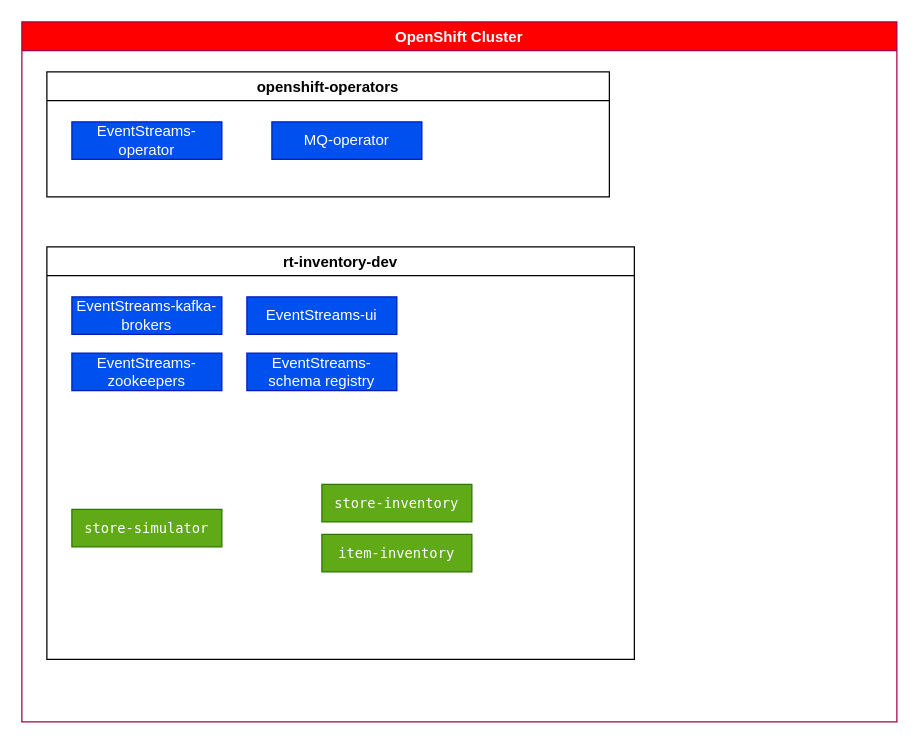
Earlier version of the draw.io diagram docs/diagrams/hl-view.drawio (ibm-cloud-architecture/eda-rt-inventory-gitops). Source tidied: cells renumbered, new cells numbered last; positions are measured from the earlier drawing's top-left corner, leaving out a move shared by most shapes. Both pictures are drawn from the tidied source at 125%, with x=0, y=0 at pixel (21, 21).
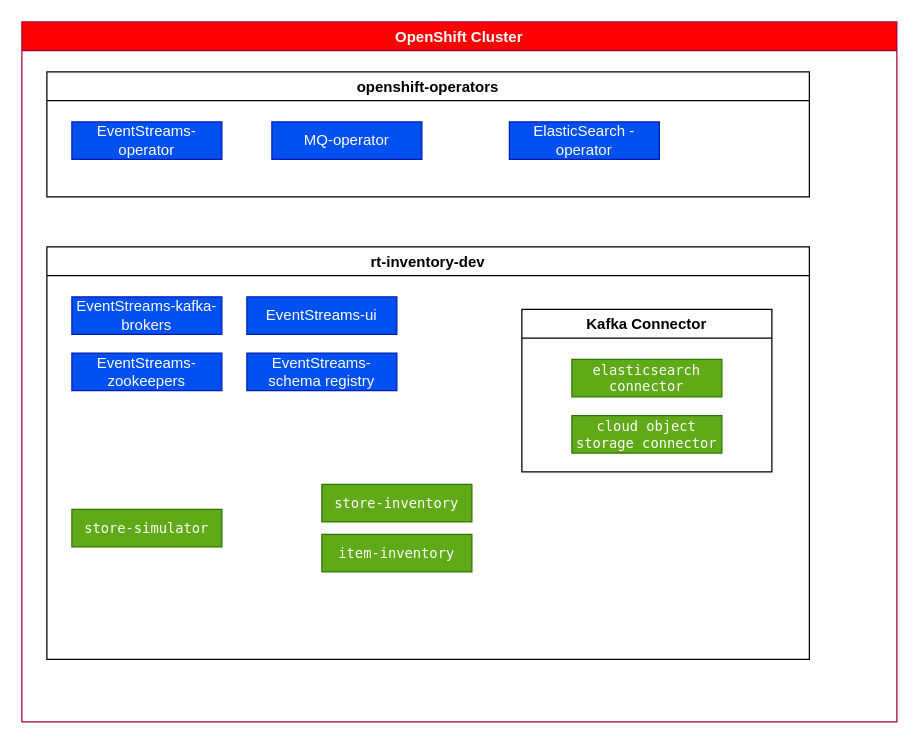
After the change.

Change to the diagram source:
```diff
@@
 <mxGraphModel>
   <root>
     <mxCell id="0" />
     <mxCell id="1" parent="0" />
     <mxCell id="2" value="OpenShift Cluster" style="swimlane;fillColor=#FF0000;fontColor=#ffffff;strokeColor=#A50040;" parent="1" vertex="1">
       <mxGeometry width="700" height="560" as="geometry" />
     </mxCell>
     <mxCell id="3" value="openshift-operators" style="swimlane;" parent="2" vertex="1">
-      <mxGeometry x="20" y="40" width="450" height="100" as="geometry" />
+      <mxGeometry x="20" y="40" width="610" height="100" as="geometry" />
     </mxCell>
     <mxCell id="4" value="EventStreams-operator" style="rounded=0;whiteSpace=wrap;html=1;fillColor=#0050ef;fontColor=#ffffff;strokeColor=#001DBC;" parent="3" vertex="1">
       <mxGeometry x="20" y="40" width="120" height="30" as="geometry" />
     </mxCell>
     <mxCell id="5" value="MQ-operator" style="rounded=0;whiteSpace=wrap;html=1;fillColor=#0050ef;fontColor=#ffffff;strokeColor=#001DBC;" parent="3" vertex="1">
       <mxGeometry x="180" y="40" width="120" height="30" as="geometry" />
     </mxCell>
+    <mxCell id="14" value="ElasticSearch -operator" style="rounded=0;whiteSpace=wrap;html=1;fillColor=#0050ef;fontColor=#ffffff;strokeColor=#001DBC;" parent="3" vertex="1">
+      <mxGeometry x="370" y="40" width="120" height="30" as="geometry" />
+    </mxCell>
     <mxCell id="6" value="rt-inventory-dev" style="swimlane;" parent="2" vertex="1">
-      <mxGeometry x="20" y="180" width="470" height="330" as="geometry" />
+      <mxGeometry x="20" y="180" width="610" height="330" as="geometry" />
     </mxCell>
     <mxCell id="7" value="EventStreams-kafka-brokers" style="rounded=0;whiteSpace=wrap;html=1;fillColor=#0050ef;fontColor=#ffffff;strokeColor=#001DBC;" parent="6" vertex="1">
       <mxGeometry x="20" y="40" width="120" height="30" as="geometry" />
     </mxCell>
     <mxCell id="8" value="EventStreams-zookeepers" style="rounded=0;whiteSpace=wrap;html=1;fillColor=#0050ef;fontColor=#ffffff;strokeColor=#001DBC;" parent="6" vertex="1">
       <mxGeometry x="20" y="85" width="120" height="30" as="geometry" />
     </mxCell>
     <mxCell id="9" value="&lt;p class=&quot;p1&quot; style=&quot;margin: 0px; font-stretch: normal; font-size: 11px; line-height: normal; font-family: menlo;&quot;&gt;&lt;span class=&quot;s1&quot;&gt;item-inventory&lt;/span&gt;&lt;/p&gt;" style="rounded=0;whiteSpace=wrap;html=1;fillColor=#60a917;fontColor=#FFFFFF;strokeColor=#2D7600;" parent="6" vertex="1">
       <mxGeometry x="220" y="230" width="120" height="30" as="geometry" />
     </mxCell>
     <mxCell id="10" value="&lt;p class=&quot;p1&quot; style=&quot;margin: 0px ; font-stretch: normal ; font-size: 11px ; line-height: normal ; font-family: &amp;#34;menlo&amp;#34;&quot;&gt;&lt;span class=&quot;s1&quot;&gt;store-inventory&lt;/span&gt;&lt;/p&gt;" style="rounded=0;whiteSpace=wrap;html=1;fillColor=#60a917;fontColor=#FFFFFF;strokeColor=#2D7600;" parent="6" vertex="1">
       <mxGeometry x="220" y="190" width="120" height="30" as="geometry" />
     </mxCell>
     <mxCell id="11" value="&lt;p class=&quot;p1&quot; style=&quot;margin: 0px ; font-stretch: normal ; font-size: 11px ; line-height: normal ; font-family: &amp;#34;menlo&amp;#34;&quot;&gt;&lt;span class=&quot;s1&quot;&gt;store-simulator&lt;/span&gt;&lt;/p&gt;" style="rounded=0;whiteSpace=wrap;html=1;fillColor=#60a917;fontColor=#FFFFFF;strokeColor=#2D7600;" parent="6" vertex="1">
       <mxGeometry x="20" y="210" width="120" height="30" as="geometry" />
     </mxCell>
     <mxCell id="12" value="EventStreams-ui" style="rounded=0;whiteSpace=wrap;html=1;fillColor=#0050ef;fontColor=#ffffff;strokeColor=#001DBC;" parent="6" vertex="1">
       <mxGeometry x="160" y="40" width="120" height="30" as="geometry" />
     </mxCell>
     <mxCell id="13" value="EventStreams-schema registry" style="rounded=0;whiteSpace=wrap;html=1;fillColor=#0050ef;fontColor=#ffffff;strokeColor=#001DBC;" parent="6" vertex="1">
       <mxGeometry x="160" y="85" width="120" height="30" as="geometry" />
     </mxCell>
+    <mxCell id="15" value="Kafka Connector" style="swimlane;" parent="6" vertex="1">
+      <mxGeometry x="380" y="50" width="200" height="130" as="geometry" />
+    </mxCell>
+    <mxCell id="16" value="&lt;p class=&quot;p1&quot; style=&quot;margin: 0px ; font-stretch: normal ; font-size: 11px ; line-height: normal ; font-family: &amp;#34;menlo&amp;#34;&quot;&gt;&lt;span class=&quot;s1&quot;&gt;elasticsearch connector&lt;/span&gt;&lt;/p&gt;" style="rounded=0;whiteSpace=wrap;html=1;fillColor=#60a917;fontColor=#FFFFFF;strokeColor=#2D7600;" parent="15" vertex="1">
+      <mxGeometry x="40" y="40" width="120" height="30" as="geometry" />
+    </mxCell>
+    <mxCell id="17" value="&lt;p class=&quot;p1&quot; style=&quot;margin: 0px ; font-stretch: normal ; font-size: 11px ; line-height: normal ; font-family: &amp;#34;menlo&amp;#34;&quot;&gt;&lt;span class=&quot;s1&quot;&gt;cloud object storage connector&lt;/span&gt;&lt;/p&gt;" style="rounded=0;whiteSpace=wrap;html=1;fillColor=#60a917;fontColor=#FFFFFF;strokeColor=#2D7600;" parent="15" vertex="1">
+      <mxGeometry x="40" y="85" width="120" height="30" as="geometry" />
+    </mxCell>
   </root>
 </mxGraphModel>
```
